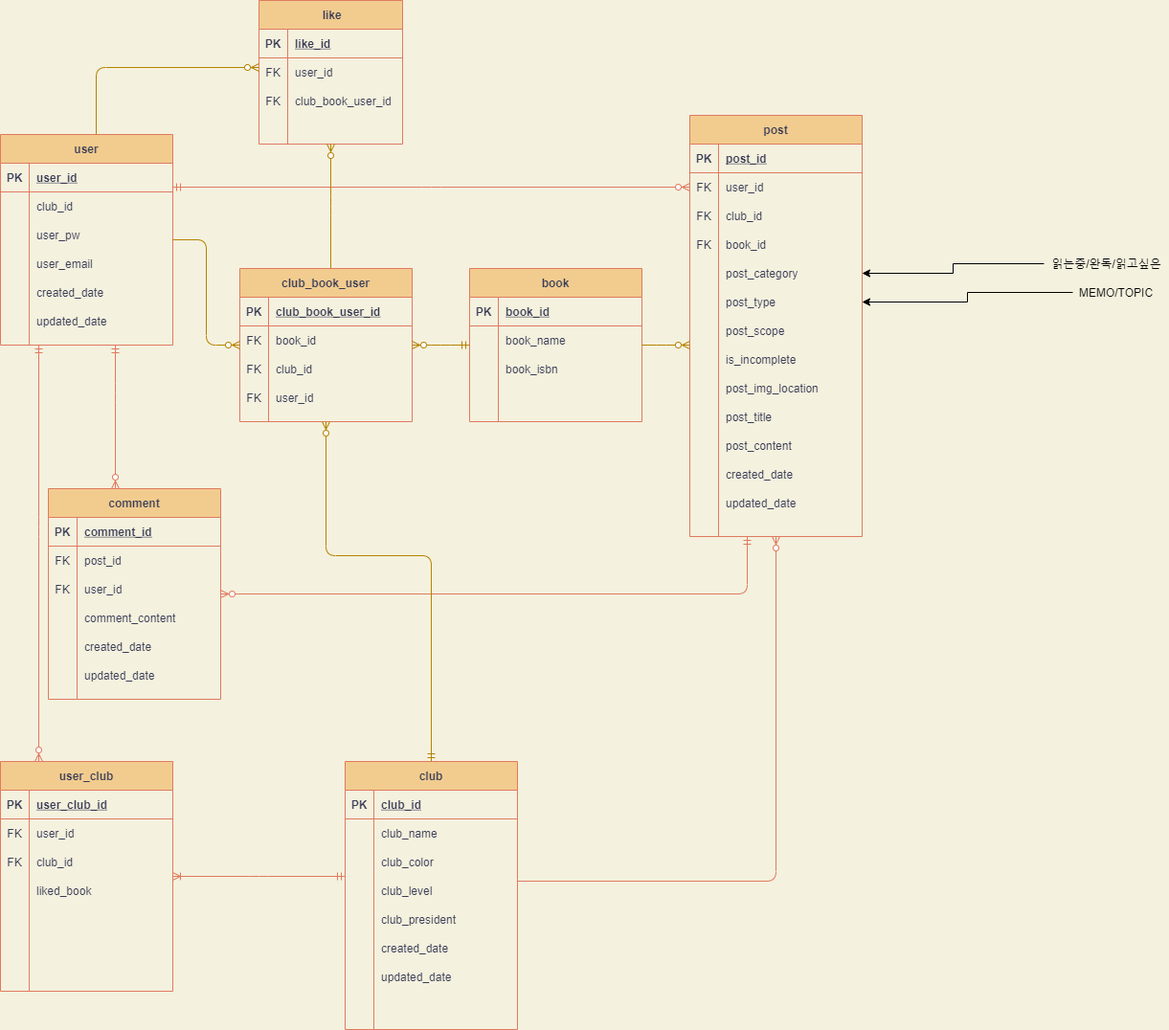
Above: mangpo_ERD.png in CYC0227/mangpoERD (draw.io), before the change. Source tidied: cells renumbered, new cells last; positions are measured from the earlier drawing's top-left corner, leaving out a move shared by most shapes.
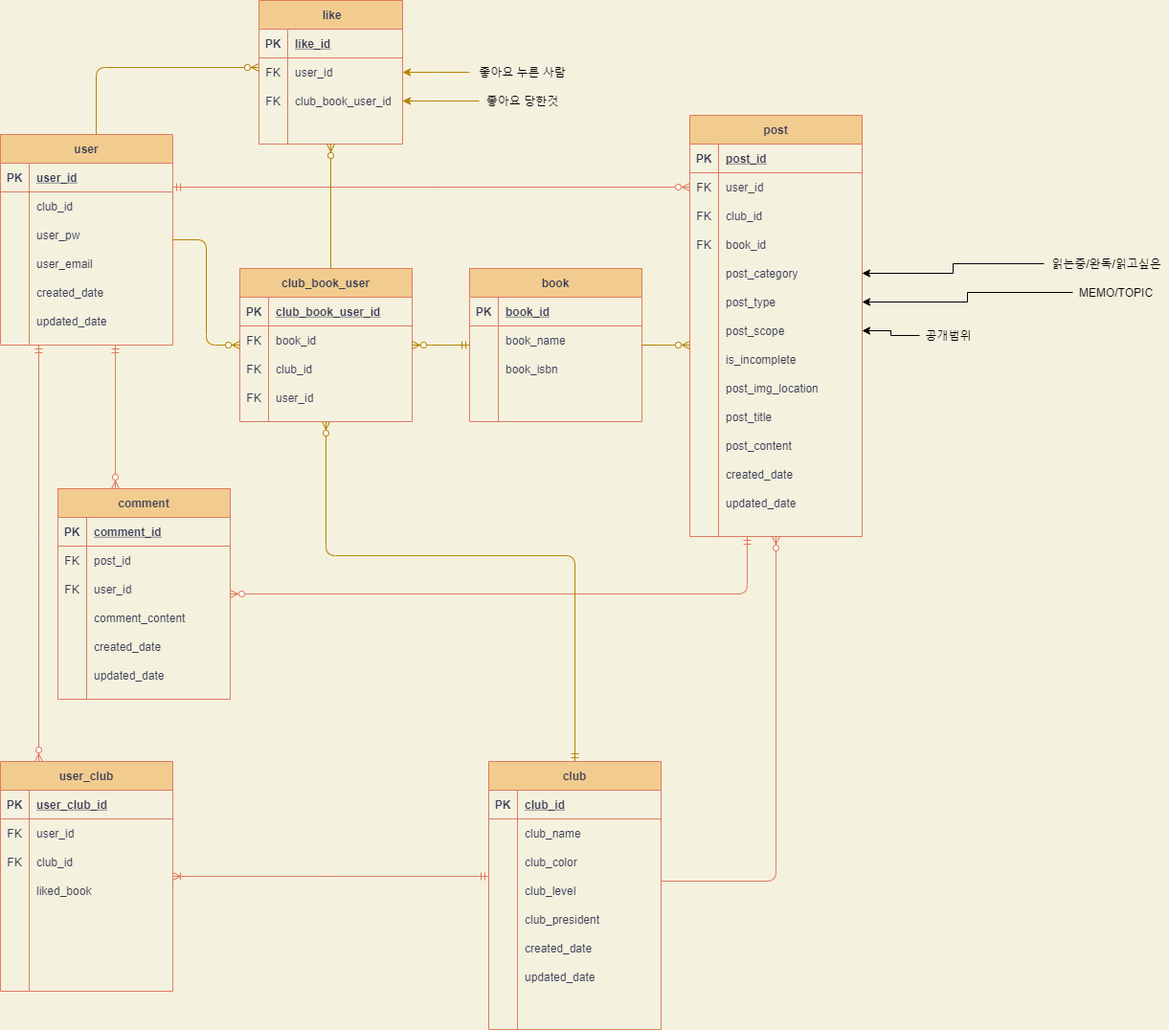
The same file after the commit.

The edit, as a diff of the source:
```diff
@@ -189,7 +189,7 @@
       <mxGeometry x="30" width="150" height="20" as="geometry" />
     </mxCell>
     <mxCell id="64" value="club" style="shape=table;startSize=30;rowLines=0;fontStyle=1;align=center;fillColor=#F2CC8F;strokeColor=#E07A5F;fontColor=#393C56;" parent="1" vertex="1">
-      <mxGeometry x="360" y="795" width="180" height="280" as="geometry" />
+      <mxGeometry x="510" y="795" width="180" height="280" as="geometry" />
     </mxCell>
     <mxCell id="65" style="shape=partialRectangle;fillColor=none;top=0;left=0;bottom=1;right=0;strokeColor=#E07A5F;fontColor=#393C56;" parent="64" vertex="1">
       <mxGeometry y="30" width="180" height="30" as="geometry" />
@@ -267,7 +267,7 @@
       <mxGeometry relative="1" as="geometry" />
     </mxCell>
     <mxCell id="90" value="comment" style="shape=table;startSize=30;rowLines=0;fontStyle=1;align=center;fillColor=#F2CC8F;strokeColor=#E07A5F;fontColor=#393C56;" parent="1" vertex="1">
-      <mxGeometry x="50" y="510" width="180" height="220" as="geometry" />
+      <mxGeometry x="60" y="510" width="180" height="220" as="geometry" />
     </mxCell>
     <mxCell id="91" style="shape=partialRectangle;fillColor=none;top=0;left=0;bottom=1;right=0;strokeColor=#E07A5F;fontColor=#393C56;" parent="90" vertex="1">
       <mxGeometry y="30" width="180" height="30" as="geometry" />
@@ -583,5 +583,23 @@
         </Array>
       </mxGeometry>
     </mxCell>
+    <mxCell id="185" style="edgeStyle=elbowEdgeStyle;rounded=0;jettySize=auto;html=1;strokeColor=#B58300;" parent="1" edge="1" source="186" target="174">
+      <mxGeometry relative="1" as="geometry" />
+    </mxCell>
+    <mxCell id="186" value="좋아요 누른 사람" style="text;html=1;align=center;verticalAlign=middle;points=[];strokeColor=none;" parent="1" vertex="1">
+      <mxGeometry x="490" y="65" width="110" height="20" as="geometry" />
+    </mxCell>
+    <mxCell id="187" style="edgeStyle=elbowEdgeStyle;rounded=0;jettySize=auto;html=1;strokeColor=#B58300;" parent="1" edge="1" source="188" target="177">
+      <mxGeometry relative="1" as="geometry" />
+    </mxCell>
+    <mxCell id="188" value="좋아요 당한것" style="text;html=1;align=center;verticalAlign=middle;points=[];strokeColor=none;" parent="1" vertex="1">
+      <mxGeometry x="500" y="95" width="90" height="20" as="geometry" />
+    </mxCell>
+    <mxCell id="189" style="edgeStyle=elbowEdgeStyle;rounded=0;jettySize=auto;html=1;" parent="1" edge="1" source="190" target="40">
+      <mxGeometry relative="1" as="geometry" />
+    </mxCell>
+    <mxCell id="190" value="공개범위" style="text;html=1;align=center;verticalAlign=middle;points=[];strokeColor=none;" parent="1" vertex="1">
+      <mxGeometry x="960" y="340" width="60" height="20" as="geometry" />
+    </mxCell>
   </root>
 </mxGraphModel>
```
